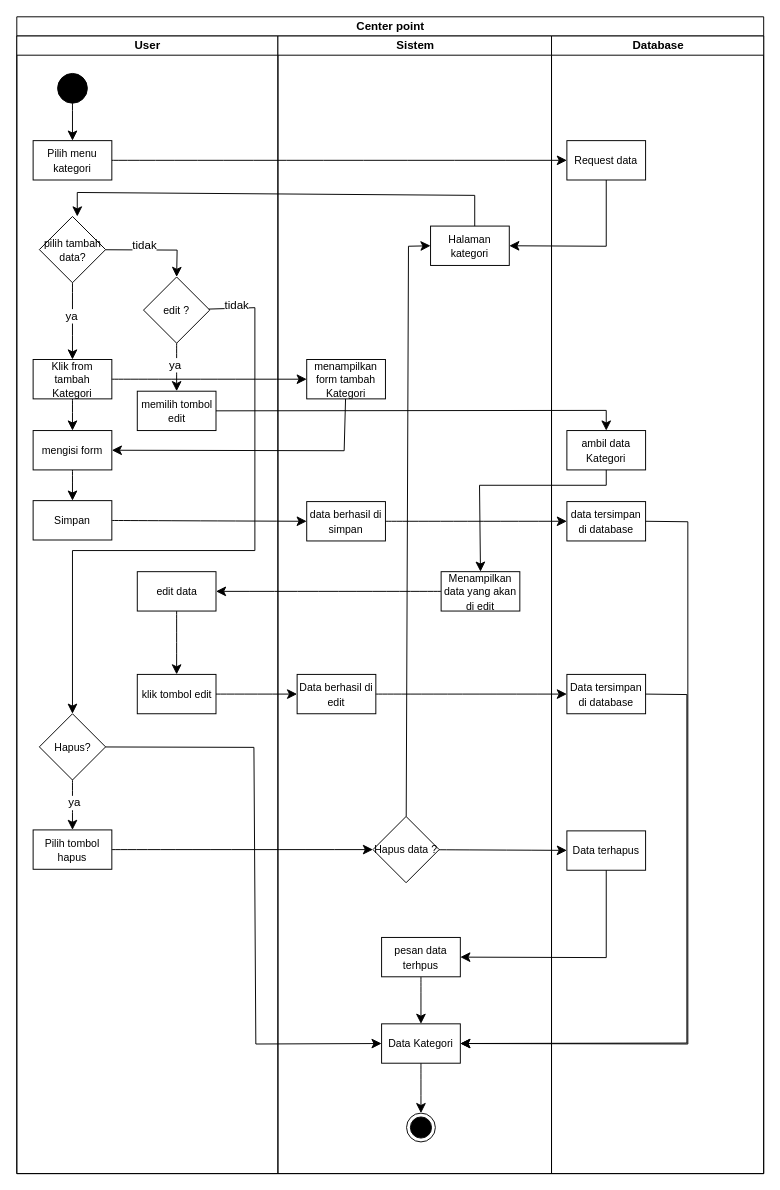
This is page "Kategori" (9 of 11) of activity diagram gis.drawio from AmirRazer/DrawIoErd, a draw.io file, before an edit. Source tidied: cells renumbered, new cells numbered last; positions are measured from the earlier drawing's top-left corner, leaving out a move shared by most shapes. Both pictures are drawn from the tidied source at 96%, with x=0, y=0 at pixel (16, 16).
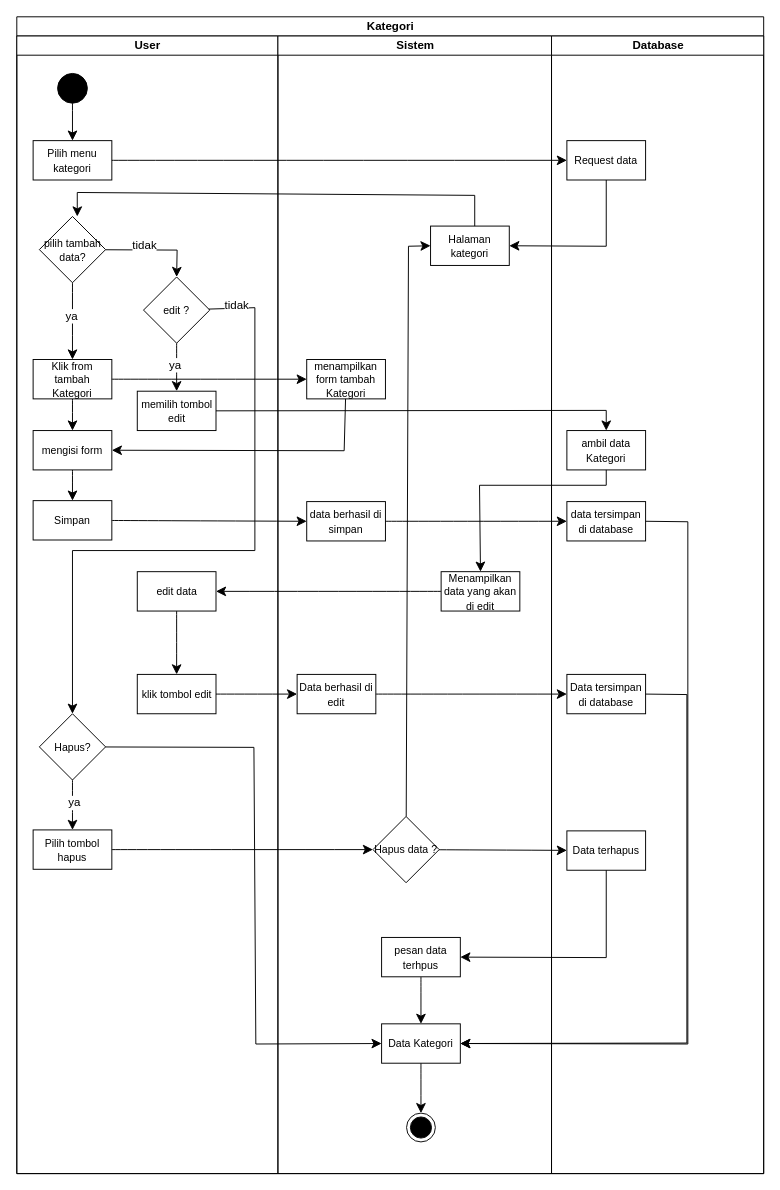
The same page after the edit.

What changed in the source:
```diff
@@
-    <mxCell id="2" value="Center point" style="swimlane;startSize=20;html=1;" parent="1" vertex="1">
+    <mxCell id="2" value="Kategori" style="swimlane;startSize=20;html=1;" parent="1" vertex="1">
       <mxGeometry width="778" height="1205" as="geometry" />
     </mxCell>
```
